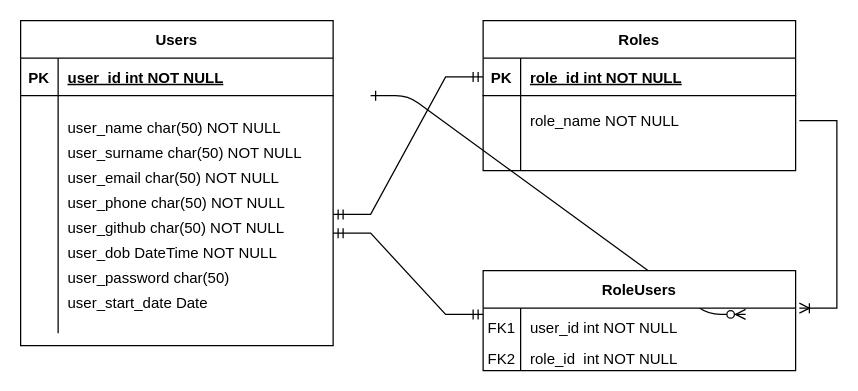
The draw.io diagram Untitled Diagram.drawio in Geek-Active-learning/Active-Learning-Project, before the edit. Source tidied: cells renumbered, new cells numbered last; positions are measured from the earlier drawing's top-left corner, leaving out a move shared by most shapes. Both pictures are drawn from the tidied source at 125%, with x=0, y=0 at pixel (20, 20).
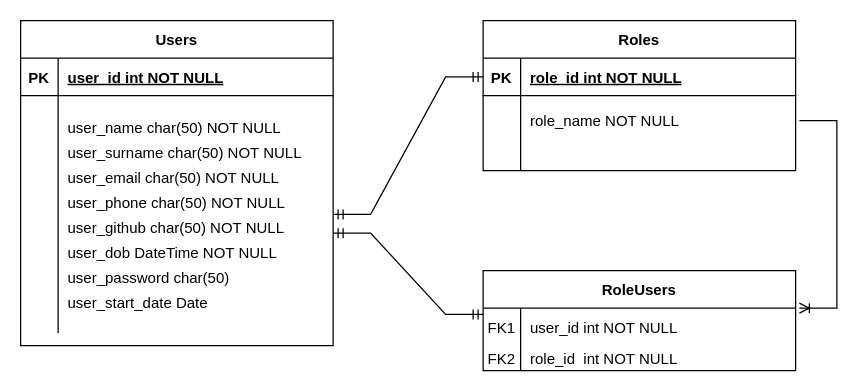
The same page after the edit.

Change to the diagram source:
```diff
@@
-    <mxCell id="2" style="edgeStyle=entityRelationEdgeStyle;endArrow=ERzeroToMany;startArrow=ERone;endFill=1;startFill=0;" parent="1" edge="1">
-      <mxGeometry relative="1" as="geometry">
-        <mxPoint x="280" y="60" as="sourcePoint" />
-        <mxPoint x="580" y="235" as="targetPoint" />
-      </mxGeometry>
-    </mxCell>
```
